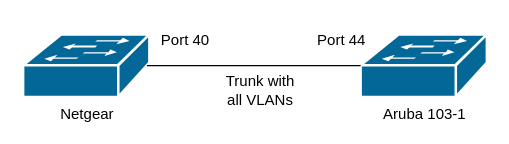
Earlier version of the draw.io diagram JoF.drawio (adamrt918/Diagram). Source tidied: cells renumbered, new cells numbered last; positions are measured from the earlier drawing's top-left corner, leaving out a move shared by most shapes. Both pictures are drawn from the tidied source at 125%, with x=0, y=0 at pixel (22, 21).
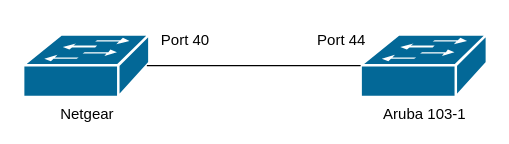
The same diagram, later.

Diff of the diagram source:
```diff
@@
 <mxGraphModel>
   <root>
     <mxCell id="0" />
     <mxCell id="1" parent="0" />
     <mxCell id="2" value="Netgear" style="shape=mxgraph.cisco.switches.workgroup_switch;sketch=0;html=1;dashed=0;fillColor=#036897;strokeColor=#ffffff;strokeWidth=2;verticalLabelPosition=bottom;verticalAlign=top;align=center;outlineConnect=0;" parent="1" vertex="1">
       <mxGeometry y="10" width="101" height="50" as="geometry" />
     </mxCell>
     <mxCell id="3" value="Aruba 103-1" style="shape=mxgraph.cisco.switches.workgroup_switch;sketch=0;html=1;dashed=0;fillColor=#036897;strokeColor=#ffffff;strokeWidth=2;verticalLabelPosition=bottom;verticalAlign=top;align=center;outlineConnect=0;" parent="1" vertex="1">
       <mxGeometry x="270" y="10" width="101" height="50" as="geometry" />
     </mxCell>
     <mxCell id="4" style="endArrow=none;html=1;rounded=0;entryX=0;entryY=0.5;entryDx=0;entryDy=0;entryPerimeter=0;exitX=0.98;exitY=0.5;exitDx=0;exitDy=0;exitPerimeter=0;" parent="1" edge="1" source="2" target="3">
       <mxGeometry relative="1" as="geometry" />
     </mxCell>
     <mxCell id="5" value="Port 44" style="text;html=1;align=center;verticalAlign=middle;whiteSpace=wrap;rounded=0;" parent="1" vertex="1">
       <mxGeometry x="225" width="60" height="30" as="geometry" />
     </mxCell>
     <mxCell id="6" value="Port 40" style="text;html=1;whiteSpace=wrap;strokeColor=none;fillColor=none;align=center;verticalAlign=middle;rounded=0;" parent="1" vertex="1">
       <mxGeometry x="100" width="60" height="30" as="geometry" />
     </mxCell>
-    <mxCell id="7" value="Trunk with all VLANs" style="text;html=1;align=center;verticalAlign=middle;whiteSpace=wrap;rounded=0;" parent="1" vertex="1">
-      <mxGeometry x="160" y="40" width="60" height="30" as="geometry" />
-    </mxCell>
   </root>
 </mxGraphModel>
```
